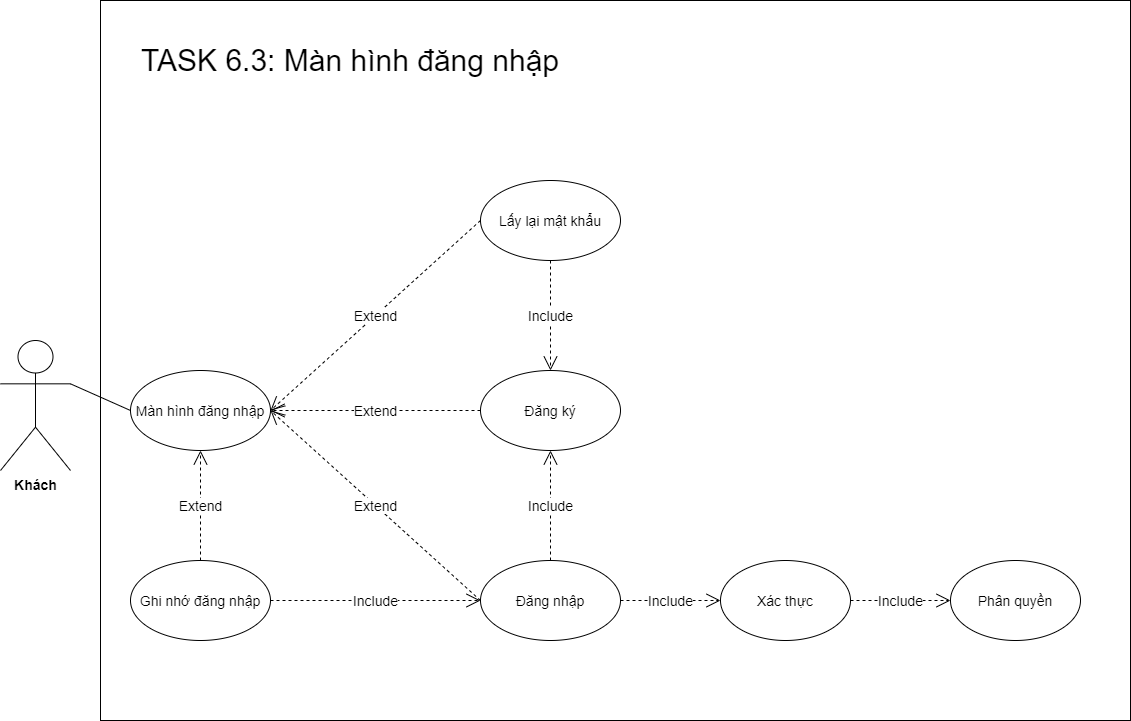
The draw.io diagram USE_CASE_SPRINT2.png in trancongphuoc/C0720G1-TRANCONGPHUOC, before a commit. Source tidied: cells renumbered, new cells last; positions are measured from the earlier drawing's top-left corner, leaving out a move shared by most shapes.
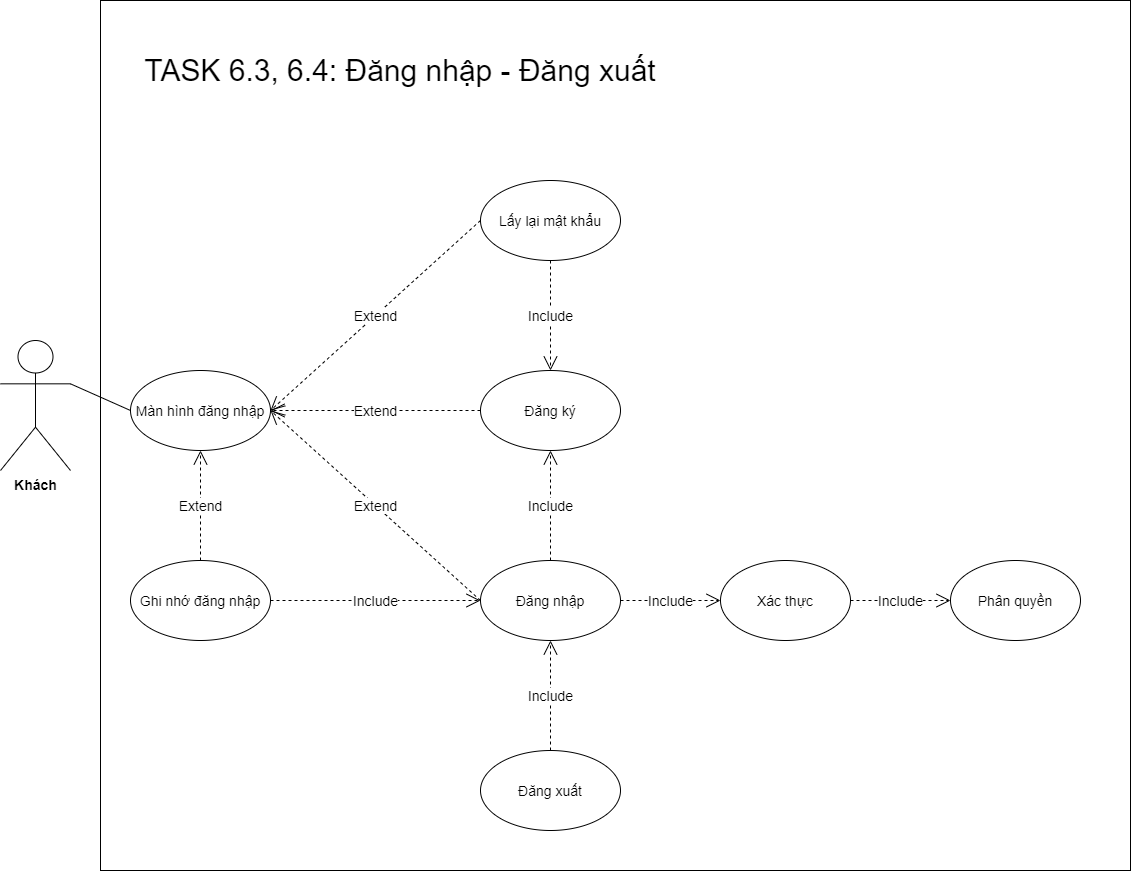
Later version of the same file.

What changed in the source:
```diff
@@ -3,7 +3,7 @@
     <mxCell id="0" />
     <mxCell id="1" parent="0" />
     <mxCell id="2" style="rounded=0;whiteSpace=wrap;html=1;fontSize=14;verticalAlign=middle;" parent="1" vertex="1">
-      <mxGeometry x="100" width="1030" height="720" as="geometry" />
+      <mxGeometry x="100" width="1030" height="870" as="geometry" />
     </mxCell>
     <mxCell id="3" value="Khách" style="shape=umlActor;verticalLabelPosition=bottom;verticalAlign=top;html=1;outlineConnect=0;fontSize=14;fontStyle=1;" parent="1" vertex="1">
       <mxGeometry y="340" width="70" height="130" as="geometry" />
@@ -65,8 +65,14 @@
     <mxCell id="20" value="Include" style="endArrow=open;endSize=12;dashed=1;html=1;exitX=1;exitY=0.5;exitDx=0;exitDy=0;fontSize=14;entryX=0;entryY=0.5;entryDx=0;entryDy=0;" parent="1" edge="1" source="9" target="4">
       <mxGeometry relative="1" as="geometry" />
     </mxCell>
-    <mxCell id="21" value="TASK 6.3: Màn hình đăng nhập" style="text;html=1;strokeColor=none;fillColor=none;align=center;verticalAlign=middle;whiteSpace=wrap;rounded=0;fontSize=30;" parent="1" vertex="1">
-      <mxGeometry x="130" y="30" width="440" height="60" as="geometry" />
+    <mxCell id="21" value="TASK 6.3, 6.4: Đăng nhập - Đăng xuất" style="text;html=1;strokeColor=none;fillColor=none;align=center;verticalAlign=middle;whiteSpace=wrap;rounded=0;fontSize=30;" parent="1" vertex="1">
+      <mxGeometry x="130" y="40" width="540" height="60" as="geometry" />
     </mxCell>
+    <mxCell id="22" value="Đăng xuất" style="ellipse;whiteSpace=wrap;html=1;fontSize=14;" parent="1" vertex="1">
+      <mxGeometry x="480" y="750" width="140" height="80" as="geometry" />
+    </mxCell>
+    <mxCell id="23" value="Include" style="endArrow=open;endSize=12;dashed=1;html=1;fontSize=14;entryX=0.5;entryY=1;entryDx=0;entryDy=0;exitX=0.5;exitY=0;exitDx=0;exitDy=0;" parent="1" edge="1" source="22" target="4">
+      <mxGeometry relative="1" as="geometry" />
+    </mxCell>
   </root>
 </mxGraphModel>
```
